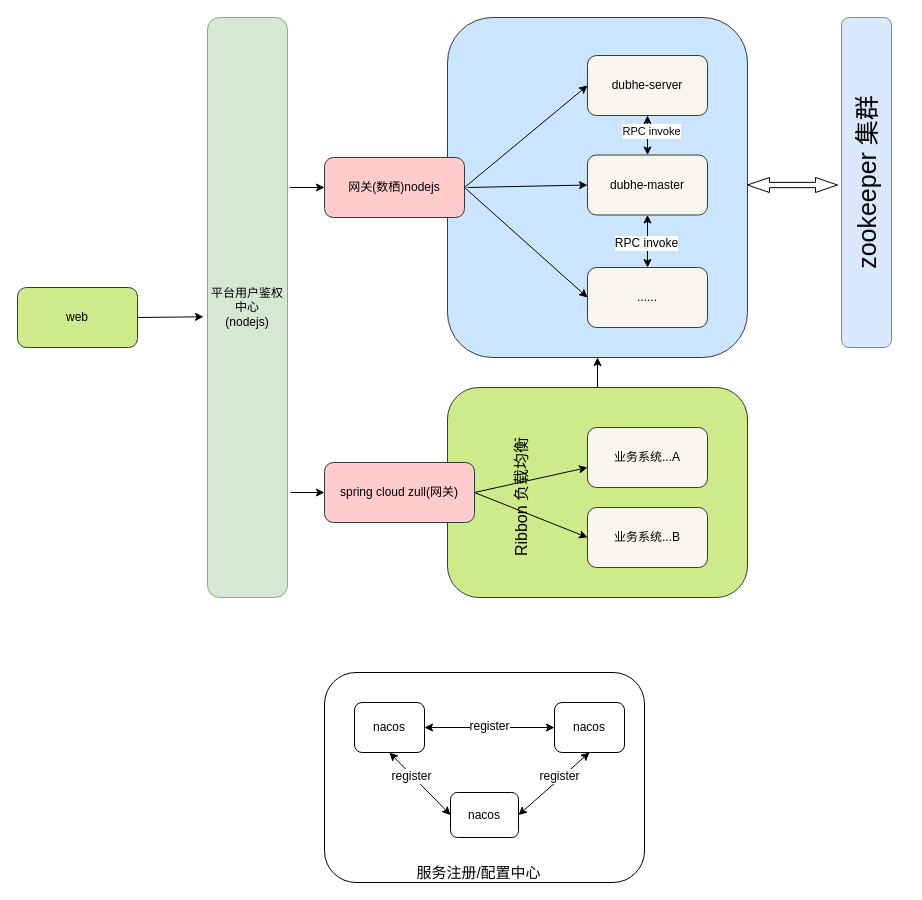
Above: page "标签系统架构设计" (1 of 2) of 标签平台.drawio in xrh169/draw (draw.io), before the change. Source tidied: cells renumbered, new cells numbered last; positions are measured from the earlier drawing's top-left corner, leaving out a move shared by most shapes. Both pictures are drawn from the tidied source at 100%, with x=0, y=0 at pixel (17, 17).
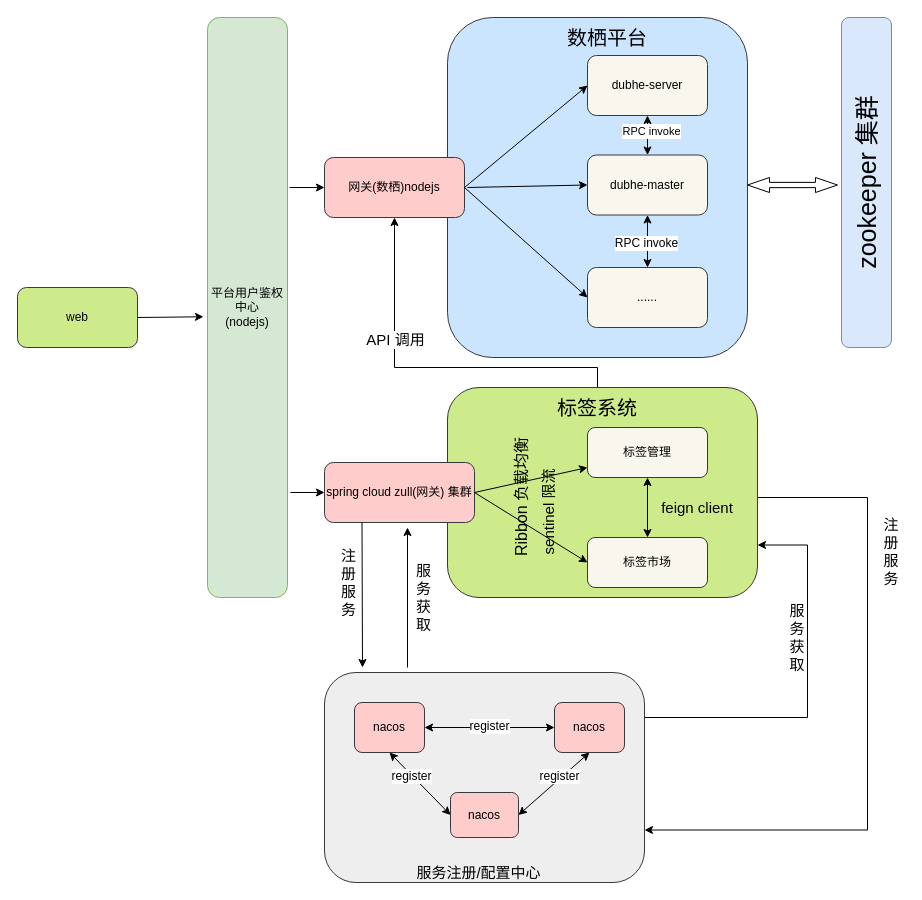
The same diagram, later.

Unchanged cells that the change refers to:
```xml
<mxCell id="4" style="rounded=1;whiteSpace=wrap;html=1;fillColor=#cce5ff;strokeColor=#36393d;" parent="1" vertex="1">
  <mxGeometry x="430" width="300" height="340" as="geometry" />
</mxCell>
<mxCell id="6" value="网关(数栖)nodejs" style="rounded=1;whiteSpace=wrap;html=1;fillColor=#ffcccc;strokeColor=#36393d;" parent="1" vertex="1">
  <mxGeometry x="307" y="140" width="140" height="60" as="geometry" />
</mxCell>
```

Change to the diagram source:
```diff
@@
+    <mxCell id="40" style="edgeStyle=orthogonalEdgeStyle;rounded=0;jettySize=auto;html=1;fontSize=15;entryX=1;entryY=0.75;entryDx=0;entryDy=0;" parent="1" edge="1" source="2" target="3">
+      <mxGeometry relative="1" as="geometry">
+        <Array as="points">
+          <mxPoint x="790" y="700" />
+          <mxPoint x="790" y="528" />
+        </Array>
+      </mxGeometry>
+    </mxCell>
-    <mxCell id="2" style="rounded=1;whiteSpace=wrap;html=1;" parent="1" vertex="1">
+    <mxCell id="2" style="rounded=1;whiteSpace=wrap;html=1;fillColor=#eeeeee;strokeColor=#36393d;" parent="1" vertex="1">
       <mxGeometry x="307" y="655" width="320" height="210" as="geometry" />
     </mxCell>
+    <mxCell id="41" style="edgeStyle=orthogonalEdgeStyle;rounded=0;jettySize=auto;html=1;entryX=0.5;entryY=1;entryDx=0;entryDy=0;fontSize=20;" parent="1" edge="1" source="3" target="6">
+      <mxGeometry relative="1" as="geometry">
+        <Array as="points">
+          <mxPoint x="580" y="350" />
+          <mxPoint x="377" y="350" />
+        </Array>
+      </mxGeometry>
+    </mxCell>
+    <mxCell id="42" value="API 调用" style="text;html=1;align=center;verticalAlign=middle;labelBackgroundColor=#ffffff;fontSize=15;" parent="41" vertex="1">
+      <mxGeometry x="0.35" relative="1" as="geometry" />
+    </mxCell>
+    <mxCell id="43" style="edgeStyle=orthogonalEdgeStyle;rounded=0;jettySize=auto;html=1;fontSize=15;entryX=1;entryY=0.75;entryDx=0;entryDy=0;exitX=1;exitY=0.25;exitDx=0;exitDy=0;" parent="1" edge="1" source="3" target="2">
+      <mxGeometry relative="1" as="geometry">
+        <Array as="points">
+          <mxPoint x="740" y="480" />
+          <mxPoint x="850" y="480" />
+          <mxPoint x="850" y="813" />
+        </Array>
+      </mxGeometry>
+    </mxCell>
     <mxCell id="3" style="rounded=1;whiteSpace=wrap;html=1;shadow=0;fillColor=#cdeb8b;strokeColor=#36393d;" parent="1" vertex="1">
-      <mxGeometry x="430" y="370" width="300" height="210" as="geometry" />
+      <mxGeometry x="430" y="370" width="310" height="210" as="geometry" />
     </mxCell>
@@
-    <mxCell id="5" value="&lt;span&gt;spring cloud zull(网关)&lt;/span&gt;" style="rounded=1;whiteSpace=wrap;html=1;shadow=0;fillColor=#ffcccc;strokeColor=#36393d;" parent="1" vertex="1">
+    <mxCell id="5" value="&lt;span&gt;spring cloud zull(网关) 集群&lt;/span&gt;" style="rounded=1;whiteSpace=wrap;html=1;shadow=0;fillColor=#ffcccc;strokeColor=#36393d;" parent="1" vertex="1">
       <mxGeometry x="307" y="445" width="150" height="60" as="geometry" />
     </mxCell>
@@
-    <mxCell id="7" value="业务系统...A" style="rounded=1;whiteSpace=wrap;html=1;fillColor=#f9f7ed;strokeColor=#36393d;" parent="1" vertex="1">
-      <mxGeometry x="570" y="410" width="120" height="60" as="geometry" />
+    <mxCell id="7" value="标签管理" style="rounded=1;whiteSpace=wrap;html=1;fillColor=#f9f7ed;strokeColor=#36393d;" parent="1" vertex="1">
+      <mxGeometry x="570" y="410" width="120" height="50" as="geometry" />
     </mxCell>
-    <mxCell id="8" value="业务系统...B" style="rounded=1;whiteSpace=wrap;html=1;fillColor=#f9f7ed;strokeColor=#36393d;" parent="1" vertex="1">
-      <mxGeometry x="570" y="490" width="120" height="60" as="geometry" />
+    <mxCell id="8" value="标签市场" style="rounded=1;whiteSpace=wrap;html=1;fillColor=#f9f7ed;strokeColor=#36393d;" parent="1" vertex="1">
+      <mxGeometry x="570" y="520" width="120" height="50" as="geometry" />
     </mxCell>
@@
-    <mxCell id="22" style="endArrow=classic;html=1;entryX=0.5;entryY=1;entryDx=0;entryDy=0;exitX=0.5;exitY=0;exitDx=0;exitDy=0;" parent="1" edge="1" source="3" target="4">
-      <mxGeometry relative="1" as="geometry" />
-    </mxCell>
@@
-    <mxCell id="29" value="nacos" style="rounded=1;whiteSpace=wrap;html=1;" parent="1" vertex="1">
+    <mxCell id="29" value="nacos" style="rounded=1;whiteSpace=wrap;html=1;fillColor=#ffcccc;strokeColor=#36393d;" parent="1" vertex="1">
       <mxGeometry x="337" y="685" width="70" height="50" as="geometry" />
     </mxCell>
-    <mxCell id="30" value="nacos" style="rounded=1;whiteSpace=wrap;html=1;" parent="1" vertex="1">
+    <mxCell id="30" value="nacos" style="rounded=1;whiteSpace=wrap;html=1;fillColor=#ffcccc;strokeColor=#36393d;" parent="1" vertex="1">
       <mxGeometry x="537" y="685" width="70" height="50" as="geometry" />
     </mxCell>
-    <mxCell id="31" value="nacos" style="rounded=1;whiteSpace=wrap;html=1;" parent="1" vertex="1">
+    <mxCell id="31" value="nacos" style="rounded=1;whiteSpace=wrap;html=1;fillColor=#ffcccc;strokeColor=#36393d;" parent="1" vertex="1">
       <mxGeometry x="433" y="775" width="68" height="45" as="geometry" />
     </mxCell>
@@
+    <mxCell id="44" value="数栖平台" style="text;html=1;strokeColor=none;fillColor=none;align=center;verticalAlign=middle;whiteSpace=wrap;rounded=0;fontSize=20;" parent="1" vertex="1">
+      <mxGeometry x="520" y="10" width="140" height="20" as="geometry" />
+    </mxCell>
+    <mxCell id="45" value="标签系统" style="text;html=1;strokeColor=none;fillColor=none;align=center;verticalAlign=middle;whiteSpace=wrap;rounded=0;fontSize=20;" parent="1" vertex="1">
+      <mxGeometry x="510" y="380" width="140" height="20" as="geometry" />
+    </mxCell>
+    <mxCell id="46" style="endArrow=classic;html=1;fontSize=15;exitX=0.25;exitY=1;exitDx=0;exitDy=0;" parent="1" edge="1" source="5">
+      <mxGeometry relative="1" as="geometry">
+        <mxPoint x="345" y="650" as="targetPoint" />
+      </mxGeometry>
+    </mxCell>
+    <mxCell id="47" style="endArrow=classic;html=1;fontSize=15;" parent="1" edge="1">
+      <mxGeometry relative="1" as="geometry">
+        <mxPoint x="390" y="650" as="sourcePoint" />
+        <mxPoint x="390" y="510" as="targetPoint" />
+      </mxGeometry>
+    </mxCell>
+    <mxCell id="48" value="注册服务" style="text;html=1;strokeColor=none;fillColor=none;align=center;verticalAlign=middle;whiteSpace=wrap;rounded=0;fontSize=15;" parent="1" vertex="1">
+      <mxGeometry x="318" y="520" width="27" height="90" as="geometry" />
+    </mxCell>
+    <mxCell id="49" value="服务获取" style="text;html=1;strokeColor=none;fillColor=none;align=center;verticalAlign=middle;whiteSpace=wrap;rounded=0;fontSize=15;" parent="1" vertex="1">
+      <mxGeometry x="393" y="530" width="27" height="100" as="geometry" />
+    </mxCell>
+    <mxCell id="50" style="endArrow=classic;startArrow=classic;html=1;fontSize=15;entryX=0.5;entryY=1;entryDx=0;entryDy=0;exitX=0.5;exitY=0;exitDx=0;exitDy=0;" parent="1" edge="1" source="8" target="7">
+      <mxGeometry relative="1" as="geometry" />
+    </mxCell>
+    <mxCell id="51" value="feign client" style="text;html=1;strokeColor=none;fillColor=none;align=center;verticalAlign=middle;whiteSpace=wrap;rounded=0;fontSize=15;" parent="1" vertex="1">
+      <mxGeometry x="640" y="480" width="80" height="20" as="geometry" />
+    </mxCell>
+    <mxCell id="52" value="sentinel 限流" style="text;html=1;strokeColor=none;fillColor=none;align=center;verticalAlign=middle;whiteSpace=wrap;rounded=0;fontSize=15;horizontal=0;" parent="1" vertex="1">
+      <mxGeometry x="520" y="440" width="21" height="110" as="geometry" />
+    </mxCell>
+    <mxCell id="53" value="服务获取" style="text;html=1;strokeColor=none;fillColor=none;align=center;verticalAlign=middle;whiteSpace=wrap;rounded=0;fontSize=15;" parent="1" vertex="1">
+      <mxGeometry x="770" y="560" width="20" height="120" as="geometry" />
+    </mxCell>
+    <mxCell id="54" value="注册服务" style="text;html=1;strokeColor=none;fillColor=none;align=center;verticalAlign=middle;whiteSpace=wrap;rounded=0;fontSize=15;" parent="1" vertex="1">
+      <mxGeometry x="861" y="484" width="26" height="100" as="geometry" />
+    </mxCell>
```
